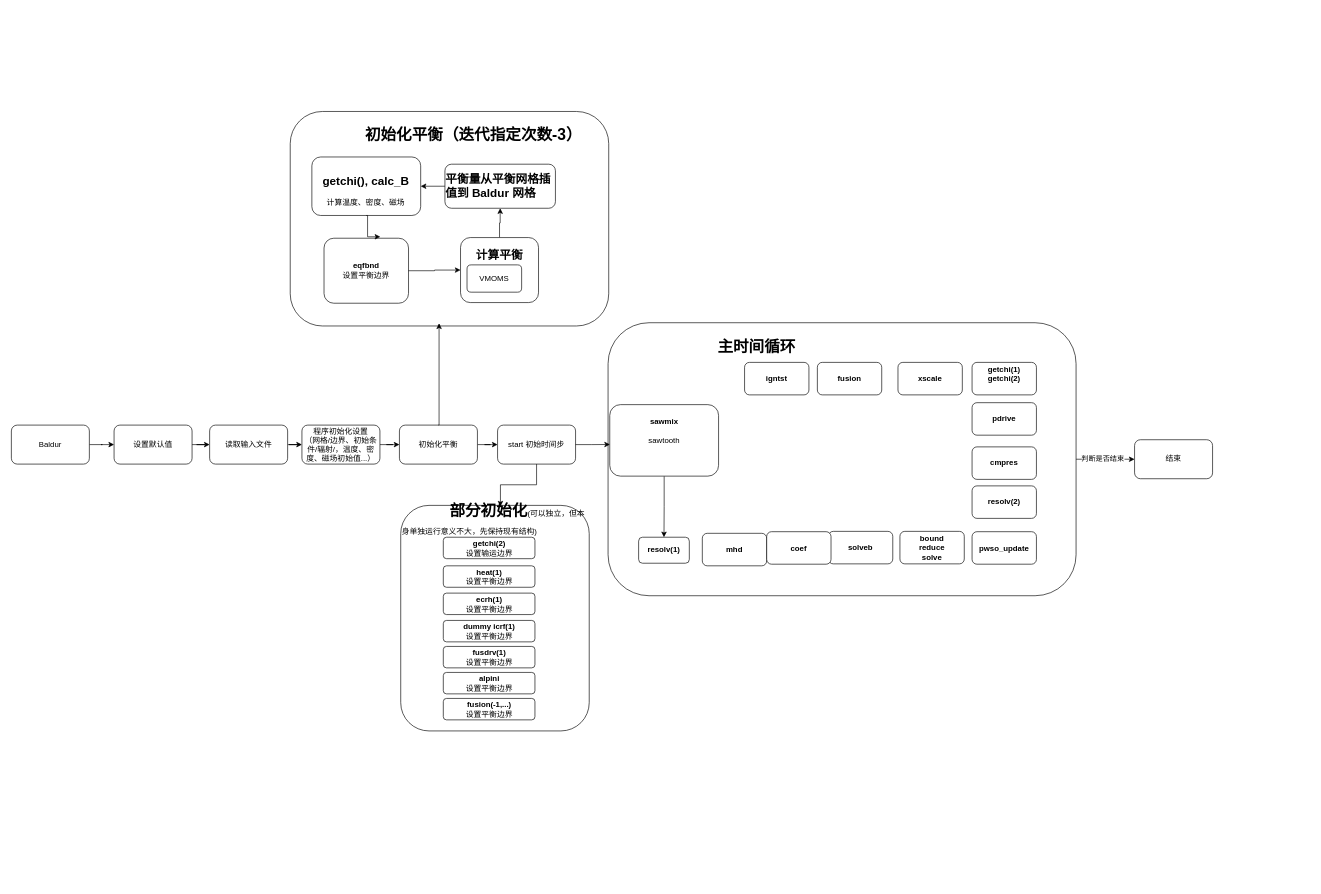
Before: page "050825" (7 of 7) of Baldur.drawio in jiaxing-liu/flowchart, a draw.io diagram. Source tidied: cells renumbered, new cells numbered last; positions are measured from the earlier drawing's top-left corner, leaving out a move shared by most shapes. Both pictures are drawn from the tidied source at 65%, with x=0, y=0 at pixel (11, 11).
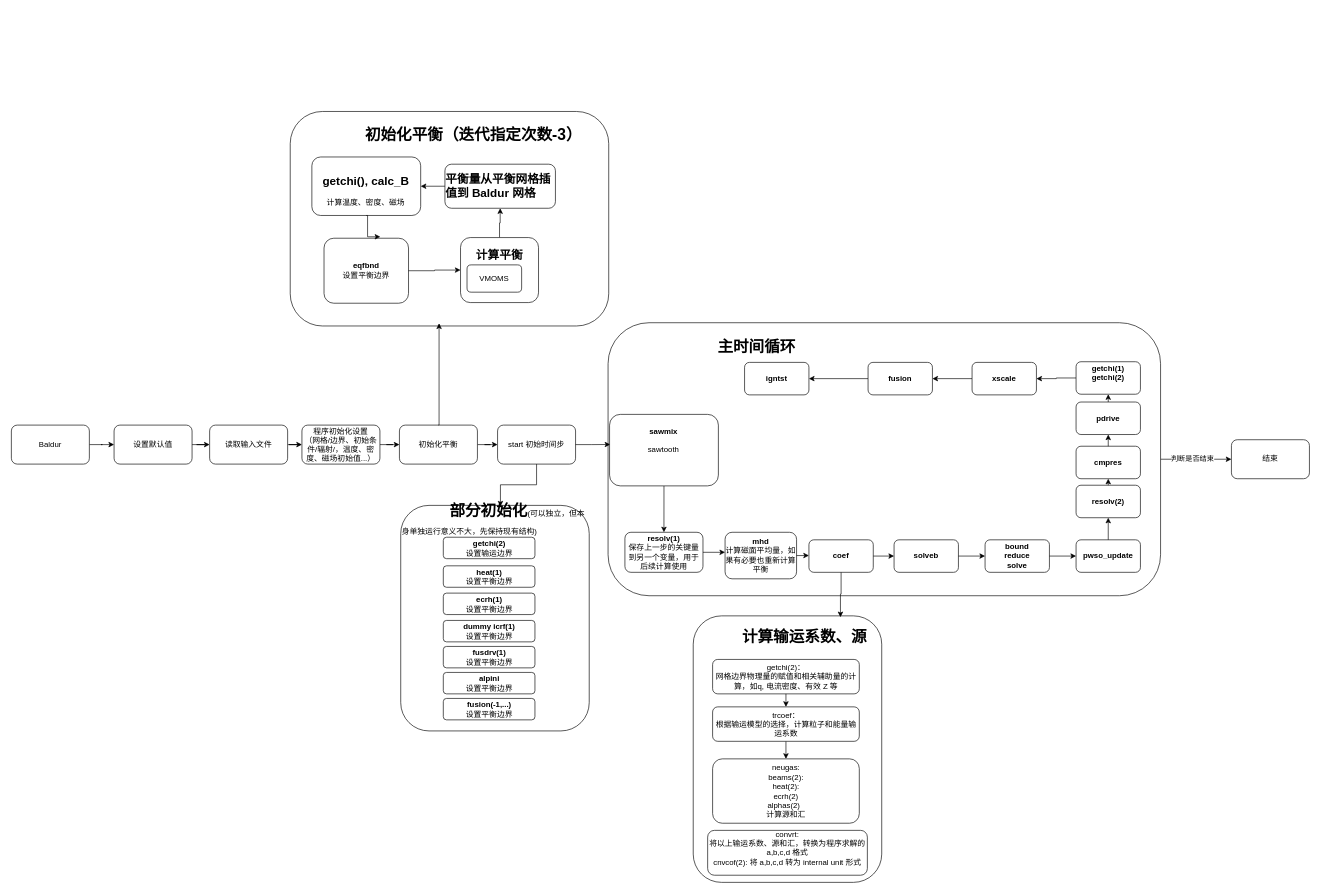
The same page after the edit.

Unchanged cells that the change refers to:
```xml
<mxCell id="74" value="&lt;div&gt;&lt;b&gt;coef&lt;/b&gt;&lt;/div&gt;" style="rounded=1;whiteSpace=wrap;html=1;" parent="73" vertex="1">
  <mxGeometry width="99" height="50" as="geometry" />
</mxCell>
<mxCell id="77" value="&lt;div&gt;&lt;b&gt;pwso_update&lt;/b&gt;&lt;/div&gt;" style="rounded=1;whiteSpace=wrap;html=1;" parent="76" vertex="1">
  <mxGeometry width="99" height="50" as="geometry" />
</mxCell>
<mxCell id="80" value="&lt;div&gt;&lt;b&gt;resolv(2)&lt;/b&gt;&lt;/div&gt;" style="rounded=1;whiteSpace=wrap;html=1;" parent="79" vertex="1">
  <mxGeometry width="99" height="50" as="geometry" />
</mxCell>
<mxCell id="83" value="&lt;div&gt;&lt;b&gt;cmpres&lt;/b&gt;&lt;/div&gt;" style="rounded=1;whiteSpace=wrap;html=1;" parent="82" vertex="1">
  <mxGeometry width="99" height="50" as="geometry" />
</mxCell>
<mxCell id="86" value="&lt;div&gt;&lt;b&gt;pdrive&lt;/b&gt;&lt;/div&gt;" style="rounded=1;whiteSpace=wrap;html=1;" parent="85" vertex="1">
  <mxGeometry y="2" width="99" height="50" as="geometry" />
</mxCell>
```

What changed in the source:
```diff
@@
     <mxCell id="4" value="&lt;h1&gt;&amp;nbsp; &amp;nbsp; &amp;nbsp; &amp;nbsp; &amp;nbsp; &amp;nbsp; &amp;nbsp; &amp;nbsp; &amp;nbsp; &amp;nbsp; &amp;nbsp; &amp;nbsp;&amp;nbsp; 主时间循环&lt;/h1&gt;&lt;div&gt;&lt;br&gt;&lt;/div&gt;&lt;div&gt;&lt;br&gt;&lt;/div&gt;&lt;div&gt;&lt;br&gt;&lt;/div&gt;&lt;div&gt;&lt;br&gt;&lt;/div&gt;&lt;div&gt;&lt;br&gt;&lt;/div&gt;&lt;div&gt;&lt;br&gt;&lt;/div&gt;&lt;div&gt;&lt;br&gt;&lt;/div&gt;&lt;div&gt;&lt;br&gt;&lt;/div&gt;&lt;div&gt;&lt;br&gt;&lt;/div&gt;&lt;div&gt;&lt;br&gt;&lt;/div&gt;&lt;div&gt;&lt;br&gt;&lt;/div&gt;&lt;div&gt;&lt;br&gt;&lt;/div&gt;&lt;div&gt;&lt;br&gt;&lt;/div&gt;&lt;div&gt;&lt;br&gt;&lt;/div&gt;&lt;div&gt;&lt;br&gt;&lt;/div&gt;&lt;div&gt;&lt;br&gt;&lt;/div&gt;&lt;div&gt;&lt;br&gt;&lt;/div&gt;&lt;div&gt;&lt;br&gt;&lt;/div&gt;&lt;div&gt;&lt;br&gt;&lt;/div&gt;&lt;div&gt;&lt;br&gt;&lt;/div&gt;&lt;div&gt;&lt;br&gt;&lt;/div&gt;&lt;div&gt;&lt;br&gt;&lt;/div&gt;&lt;div&gt;&lt;br&gt;&lt;/div&gt;&lt;div&gt;&lt;br&gt;&lt;/div&gt;" style="rounded=1;whiteSpace=wrap;html=1;align=left;" parent="1" vertex="1">
-      <mxGeometry x="918" y="479" width="720" height="420" as="geometry" />
+      <mxGeometry x="918" y="479" width="850" height="420" as="geometry" />
     </mxCell>
-    <mxCell id="5" style="group;" parent="1" vertex="1">
-      <mxGeometry x="938" y="527" width="525" height="450" as="geometry" />
-    </mxCell>
-    <mxCell id="6" style="group;" parent="5" vertex="1">
-      <mxGeometry x="1" y="236" width="130" height="100" as="geometry" />
-    </mxCell>
-    <mxCell id="7" style="group;" parent="6" vertex="1">
-      <mxGeometry width="130" height="100" as="geometry" />
-    </mxCell>
-    <mxCell id="8" value="&lt;div&gt;&lt;b&gt;resolv(1)&lt;/b&gt;&lt;/div&gt;" style="rounded=1;whiteSpace=wrap;html=1;" parent="7" vertex="1">
-      <mxGeometry x="26" y="46" width="78" height="40" as="geometry" />
-    </mxCell>
-    <mxCell id="9" style="edgeStyle=orthogonalEdgeStyle;rounded=0;jettySize=auto;html=1;exitX=0.5;exitY=1;exitDx=0;exitDy=0;entryX=0.5;entryY=0;entryDx=0;entryDy=0;" parent="5" edge="1" source="10" target="8">
-      <mxGeometry relative="1" as="geometry" />
-    </mxCell>
-    <mxCell id="10" value="&lt;b&gt;sawmix&lt;/b&gt;&lt;div&gt;&lt;br&gt;&lt;/div&gt;&lt;div&gt;sawtooth&lt;/div&gt;&lt;div&gt;&lt;br&gt;&lt;/div&gt;&lt;div&gt;&lt;br&gt;&lt;/div&gt;" style="rounded=1;whiteSpace=wrap;html=1;" parent="5" vertex="1">
-      <mxGeometry x="-17.4" y="78" width="167.4" height="110" as="geometry" />
-    </mxCell>
-    <mxCell id="11" style="group;" parent="5" vertex="1">
-      <mxGeometry x="429" y="273" width="99" height="50" as="geometry" />
-    </mxCell>
-    <mxCell id="12" style="group;" parent="11" vertex="1">
-      <mxGeometry width="99" height="50" as="geometry" />
-    </mxCell>
-    <mxCell id="13" value="&lt;div&gt;&lt;b&gt;bound&lt;/b&gt;&lt;/div&gt;&lt;div&gt;&lt;b&gt;reduce&lt;/b&gt;&lt;/div&gt;&lt;div&gt;&lt;b&gt;solve&lt;/b&gt;&lt;/div&gt;" style="rounded=1;whiteSpace=wrap;html=1;" parent="12" vertex="1">
-      <mxGeometry width="99" height="50" as="geometry" />
-    </mxCell>
-    <mxCell id="14" style="group;" parent="5" vertex="1">
-      <mxGeometry x="319" y="273" width="99" height="50" as="geometry" />
-    </mxCell>
-    <mxCell id="15" style="group;" parent="14" vertex="1">
-      <mxGeometry width="99" height="50" as="geometry" />
-    </mxCell>
-    <mxCell id="16" value="&lt;div&gt;&lt;b&gt;solveb&lt;/b&gt;&lt;/div&gt;" style="rounded=1;whiteSpace=wrap;html=1;" parent="15" vertex="1">
-      <mxGeometry width="99" height="50" as="geometry" />
-    </mxCell>
-    <mxCell id="17" value="&lt;div&gt;&lt;b&gt;xscale&lt;/b&gt;&lt;/div&gt;" style="rounded=1;whiteSpace=wrap;html=1;" parent="5" vertex="1">
-      <mxGeometry x="426" y="13" width="99" height="50" as="geometry" />
-    </mxCell>
-    <mxCell id="18" value="&lt;div&gt;&lt;b&gt;igntst&lt;/b&gt;&lt;/div&gt;" style="rounded=1;whiteSpace=wrap;html=1;" parent="5" vertex="1">
-      <mxGeometry x="190" y="13" width="99" height="50" as="geometry" />
-    </mxCell>
@@
     <mxCell id="45" value="&lt;div align=&quot;center&quot;&gt;结束&lt;/div&gt;" style="whiteSpace=wrap;html=1;align=center;rounded=1;" parent="1" vertex="1">
-      <mxGeometry x="1728" y="659" width="120" height="60" as="geometry" />
+      <mxGeometry x="1877" y="659" width="120" height="60" as="geometry" />
     </mxCell>
@@
     <mxCell id="69" style="group;" parent="1" vertex="1">
-      <mxGeometry x="1063" y="803" width="99" height="50" as="geometry" />
+      <mxGeometry x="1098" y="803" width="110" height="70" as="geometry" />
     </mxCell>
     <mxCell id="70" style="group;" parent="69" vertex="1">
-      <mxGeometry width="99" height="50" as="geometry" />
+      <mxGeometry width="110" height="70" as="geometry" />
     </mxCell>
-    <mxCell id="71" value="&lt;div&gt;&lt;b&gt;mhd&lt;/b&gt;&lt;/div&gt;" style="rounded=1;whiteSpace=wrap;html=1;" parent="70" vertex="1">
-      <mxGeometry width="99" height="50" as="geometry" />
+    <mxCell id="71" value="&lt;div&gt;&lt;b&gt;mhd&lt;/b&gt;&lt;/div&gt;&lt;div&gt;计算磁面平均量，如果有必要也重新计算平衡&lt;/div&gt;" style="rounded=1;whiteSpace=wrap;html=1;" parent="70" vertex="1">
+      <mxGeometry y="-1.6" width="110" height="71.6" as="geometry" />
     </mxCell>
     <mxCell id="72" style="group;" parent="1" vertex="1">
-      <mxGeometry x="1162" y="800.5" width="99" height="50" as="geometry" />
+      <mxGeometry x="1227" y="813" width="99" height="50" as="geometry" />
     </mxCell>
@@
     <mxCell id="75" style="group;" parent="1" vertex="1">
-      <mxGeometry x="1478" y="800.5" width="99" height="50" as="geometry" />
+      <mxGeometry x="1638" y="813" width="99" height="50" as="geometry" />
     </mxCell>
@@
     <mxCell id="78" style="group;" parent="1" vertex="1">
-      <mxGeometry x="1478" y="730" width="99" height="50" as="geometry" />
+      <mxGeometry x="1638" y="729" width="99" height="50" as="geometry" />
     </mxCell>
@@
     <mxCell id="81" style="group;" parent="1" vertex="1">
-      <mxGeometry x="1478" y="670" width="99" height="50" as="geometry" />
+      <mxGeometry x="1638" y="669" width="99" height="50" as="geometry" />
     </mxCell>
@@
     <mxCell id="84" style="group;" parent="1" vertex="1">
-      <mxGeometry x="1478" y="600" width="99" height="50" as="geometry" />
+      <mxGeometry x="1638" y="599" width="99" height="50" as="geometry" />
     </mxCell>
@@
+    <mxCell id="89" style="edgeStyle=orthogonalEdgeStyle;rounded=0;jettySize=auto;html=1;exitX=0;exitY=0.5;exitDx=0;exitDy=0;entryX=1;entryY=0.5;entryDx=0;entryDy=0;" parent="1" edge="1" source="87" target="17">
+      <mxGeometry relative="1" as="geometry" />
+    </mxCell>
     <mxCell id="87" value="&lt;div&gt;&lt;b&gt;getchi(1)&lt;/b&gt;&lt;/div&gt;&lt;div&gt;&lt;b&gt;getchi(2)&lt;/b&gt;&lt;/div&gt;&lt;div&gt;&lt;b&gt;&lt;br&gt;&lt;/b&gt;&lt;/div&gt;" style="rounded=1;whiteSpace=wrap;html=1;" parent="1" vertex="1">
-      <mxGeometry x="1478" y="540" width="99" height="50" as="geometry" />
+      <mxGeometry x="1638" y="539" width="99" height="50" as="geometry" />
     </mxCell>
+    <mxCell id="11" style="group;" parent="1" vertex="1">
+      <mxGeometry x="1498" y="813" width="99" height="50" as="geometry" />
+    </mxCell>
+    <mxCell id="12" style="group;" parent="11" vertex="1">
+      <mxGeometry width="99" height="50" as="geometry" />
+    </mxCell>
+    <mxCell id="13" value="&lt;div&gt;&lt;b&gt;bound&lt;/b&gt;&lt;/div&gt;&lt;div&gt;&lt;b&gt;reduce&lt;/b&gt;&lt;/div&gt;&lt;div&gt;&lt;b&gt;solve&lt;/b&gt;&lt;/div&gt;" style="rounded=1;whiteSpace=wrap;html=1;" parent="12" vertex="1">
+      <mxGeometry width="99" height="50" as="geometry" />
+    </mxCell>
+    <mxCell id="90" style="edgeStyle=orthogonalEdgeStyle;rounded=0;jettySize=auto;html=1;exitX=0;exitY=0.5;exitDx=0;exitDy=0;entryX=1;entryY=0.5;entryDx=0;entryDy=0;" parent="1" edge="1" source="17" target="88">
+      <mxGeometry relative="1" as="geometry" />
+    </mxCell>
+    <mxCell id="17" value="&lt;div&gt;&lt;b&gt;xscale&lt;/b&gt;&lt;/div&gt;" style="rounded=1;whiteSpace=wrap;html=1;" parent="1" vertex="1">
+      <mxGeometry x="1478" y="540" width="99" height="50" as="geometry" />
+    </mxCell>
+    <mxCell id="6" style="group;" parent="1" vertex="1">
+      <mxGeometry x="939" y="763" width="143" height="110" as="geometry" />
+    </mxCell>
+    <mxCell id="7" style="group;" parent="6" vertex="1">
+      <mxGeometry x="-13" y="-10" width="156" height="120" as="geometry" />
+    </mxCell>
+    <mxCell id="8" value="&lt;div&gt;&lt;b&gt;resolv(1)&lt;/b&gt;&lt;/div&gt;&lt;div&gt;保存上一步的关键量到另一个变量，用于后续计算使用&lt;/div&gt;" style="rounded=1;whiteSpace=wrap;html=1;" parent="7" vertex="1">
+      <mxGeometry x="17.9" y="48.4" width="120.1" height="61.6" as="geometry" />
+    </mxCell>
+    <mxCell id="9" style="edgeStyle=orthogonalEdgeStyle;rounded=0;jettySize=auto;html=1;exitX=0.5;exitY=1;exitDx=0;exitDy=0;entryX=0.5;entryY=0;entryDx=0;entryDy=0;" parent="1" edge="1" source="10" target="8">
+      <mxGeometry relative="1" as="geometry" />
+    </mxCell>
+    <mxCell id="10" value="&lt;b&gt;sawmix&lt;/b&gt;&lt;div&gt;&lt;br&gt;&lt;/div&gt;&lt;div&gt;sawtooth&lt;/div&gt;&lt;div&gt;&lt;br&gt;&lt;/div&gt;&lt;div&gt;&lt;br&gt;&lt;/div&gt;" style="rounded=1;whiteSpace=wrap;html=1;" parent="1" vertex="1">
+      <mxGeometry x="920.3" y="620" width="167.4" height="110" as="geometry" />
+    </mxCell>
+    <mxCell id="14" style="group;" parent="1" vertex="1">
+      <mxGeometry x="1358" y="813" width="99" height="50" as="geometry" />
+    </mxCell>
+    <mxCell id="15" style="group;" parent="14" vertex="1">
+      <mxGeometry width="99" height="50" as="geometry" />
+    </mxCell>
+    <mxCell id="16" value="&lt;div&gt;&lt;b&gt;solveb&lt;/b&gt;&lt;/div&gt;" style="rounded=1;whiteSpace=wrap;html=1;" parent="15" vertex="1">
+      <mxGeometry width="99" height="50" as="geometry" />
+    </mxCell>
+    <mxCell id="18" value="&lt;div&gt;&lt;b&gt;igntst&lt;/b&gt;&lt;/div&gt;" style="rounded=1;whiteSpace=wrap;html=1;" parent="1" vertex="1">
+      <mxGeometry x="1128" y="540" width="99" height="50" as="geometry" />
+    </mxCell>
+    <mxCell id="91" style="edgeStyle=orthogonalEdgeStyle;rounded=0;jettySize=auto;html=1;exitX=0;exitY=0.5;exitDx=0;exitDy=0;entryX=1;entryY=0.5;entryDx=0;entryDy=0;" parent="1" edge="1" source="88" target="18">
+      <mxGeometry relative="1" as="geometry" />
+    </mxCell>
     <mxCell id="88" value="&lt;div&gt;&lt;b&gt;fusion&lt;/b&gt;&lt;/div&gt;" style="rounded=1;whiteSpace=wrap;html=1;" parent="1" vertex="1">
-      <mxGeometry x="1240" y="540" width="99" height="50" as="geometry" />
+      <mxGeometry x="1318" y="540" width="99" height="50" as="geometry" />
     </mxCell>
+    <mxCell id="92" style="edgeStyle=orthogonalEdgeStyle;rounded=0;jettySize=auto;html=1;exitX=1;exitY=0.5;exitDx=0;exitDy=0;" parent="1" edge="1" source="8">
+      <mxGeometry relative="1" as="geometry">
+        <mxPoint x="1098" y="832" as="targetPoint" />
+      </mxGeometry>
+    </mxCell>
+    <mxCell id="93" style="edgeStyle=orthogonalEdgeStyle;rounded=0;jettySize=auto;html=1;exitX=1;exitY=0.5;exitDx=0;exitDy=0;entryX=0;entryY=0.5;entryDx=0;entryDy=0;" parent="1" edge="1" source="16" target="13">
+      <mxGeometry relative="1" as="geometry" />
+    </mxCell>
+    <mxCell id="94" style="edgeStyle=orthogonalEdgeStyle;rounded=0;jettySize=auto;html=1;exitX=1;exitY=0.5;exitDx=0;exitDy=0;entryX=0;entryY=0.5;entryDx=0;entryDy=0;" parent="1" edge="1" source="13" target="77">
+      <mxGeometry relative="1" as="geometry" />
+    </mxCell>
+    <mxCell id="95" style="edgeStyle=orthogonalEdgeStyle;rounded=0;jettySize=auto;html=1;exitX=0.5;exitY=0;exitDx=0;exitDy=0;entryX=0.5;entryY=1;entryDx=0;entryDy=0;" parent="1" edge="1" source="77" target="80">
+      <mxGeometry relative="1" as="geometry" />
+    </mxCell>
+    <mxCell id="96" style="edgeStyle=orthogonalEdgeStyle;rounded=0;jettySize=auto;html=1;exitX=0.5;exitY=0;exitDx=0;exitDy=0;entryX=0.5;entryY=1;entryDx=0;entryDy=0;" parent="1" edge="1" source="80" target="83">
+      <mxGeometry relative="1" as="geometry" />
+    </mxCell>
+    <mxCell id="97" style="edgeStyle=orthogonalEdgeStyle;rounded=0;jettySize=auto;html=1;exitX=0.5;exitY=0;exitDx=0;exitDy=0;entryX=0.5;entryY=1;entryDx=0;entryDy=0;" parent="1" edge="1" source="83" target="86">
+      <mxGeometry relative="1" as="geometry" />
+    </mxCell>
+    <mxCell id="98" style="edgeStyle=orthogonalEdgeStyle;rounded=0;jettySize=auto;html=1;exitX=0.5;exitY=0;exitDx=0;exitDy=0;entryX=0.5;entryY=1;entryDx=0;entryDy=0;" parent="1" edge="1" source="86" target="87">
+      <mxGeometry relative="1" as="geometry" />
+    </mxCell>
+    <mxCell id="99" style="edgeStyle=orthogonalEdgeStyle;rounded=0;jettySize=auto;html=1;exitX=1;exitY=0.5;exitDx=0;exitDy=0;entryX=0;entryY=0.5;entryDx=0;entryDy=0;" parent="1" edge="1" source="71" target="74">
+      <mxGeometry relative="1" as="geometry" />
+    </mxCell>
+    <mxCell id="100" style="edgeStyle=orthogonalEdgeStyle;rounded=0;jettySize=auto;html=1;exitX=1;exitY=0.5;exitDx=0;exitDy=0;entryX=0;entryY=0.5;entryDx=0;entryDy=0;" parent="1" edge="1" source="74" target="16">
+      <mxGeometry relative="1" as="geometry" />
+    </mxCell>
+    <mxCell id="101" style="group;" parent="1" vertex="1">
+      <mxGeometry x="1049" y="930" width="290" height="410" as="geometry" />
+    </mxCell>
+    <mxCell id="102" value="&lt;h1&gt;&amp;nbsp; &amp;nbsp; &amp;nbsp; &amp;nbsp; &amp;nbsp; &amp;nbsp;计算输运系数、源&lt;/h1&gt;&lt;div&gt;&lt;br&gt;&lt;/div&gt;&lt;div&gt;&lt;br&gt;&lt;/div&gt;&lt;div&gt;&lt;br&gt;&lt;/div&gt;&lt;div&gt;&lt;br&gt;&lt;/div&gt;&lt;br&gt;&lt;div&gt;&lt;br&gt;&lt;/div&gt;&lt;div&gt;&lt;br&gt;&lt;/div&gt;&lt;div&gt;&lt;br&gt;&lt;/div&gt;&lt;div&gt;&lt;br&gt;&lt;/div&gt;&lt;div&gt;&lt;br&gt;&lt;/div&gt;&lt;div&gt;&lt;br&gt;&lt;/div&gt;&lt;div&gt;&lt;br&gt;&lt;/div&gt;&lt;div&gt;&lt;br&gt;&lt;/div&gt;&lt;div&gt;&lt;br&gt;&lt;/div&gt;&lt;div&gt;&lt;br&gt;&lt;/div&gt;&lt;div&gt;&lt;br&gt;&lt;/div&gt;&lt;div&gt;&lt;br&gt;&lt;/div&gt;&lt;div&gt;&lt;br&gt;&lt;/div&gt;&lt;div&gt;&lt;br&gt;&lt;/div&gt;&lt;div&gt;&lt;br&gt;&lt;/div&gt;&lt;div&gt;&lt;br&gt;&lt;/div&gt;&lt;div&gt;&lt;br&gt;&lt;/div&gt;&lt;div&gt;&lt;br&gt;&lt;/div&gt;&lt;div&gt;&lt;br&gt;&lt;/div&gt;" style="rounded=1;whiteSpace=wrap;html=1;align=left;" parent="101" vertex="1">
+      <mxGeometry width="290" height="410" as="geometry" />
+    </mxCell>
+    <mxCell id="103" style="group;" parent="101" vertex="1">
+      <mxGeometry x="106.5" y="67" width="149" height="53" as="geometry" />
+    </mxCell>
+    <mxCell id="104" style="group;" parent="103" vertex="1">
+      <mxGeometry x="-34.4" width="183.4" height="53" as="geometry" />
+    </mxCell>
+    <mxCell id="105" value="&lt;div&gt;getchi(2)：&lt;/div&gt;&lt;div&gt;网格边界物理量的赋值和相关辅助量的计算，如q, 电流密度、有效 Z 等&lt;/div&gt;" style="rounded=1;whiteSpace=wrap;html=1;" parent="104" vertex="1">
+      <mxGeometry x="-42.3" width="225.7" height="53" as="geometry" />
+    </mxCell>
+    <mxCell id="106" style="edgeStyle=orthogonalEdgeStyle;rounded=0;jettySize=auto;html=1;exitX=0.5;exitY=1;exitDx=0;exitDy=0;entryX=0.5;entryY=0;entryDx=0;entryDy=0;" parent="101" edge="1" source="107" target="108">
+      <mxGeometry relative="1" as="geometry" />
+    </mxCell>
+    <mxCell id="107" value="&lt;div&gt;trcoef：&lt;/div&gt;&lt;div&gt;根据输运模型的选择，计算粒子和能量输运系数&lt;/div&gt;" style="rounded=1;whiteSpace=wrap;html=1;" parent="101" vertex="1">
+      <mxGeometry x="29.8" y="140" width="225.7" height="53" as="geometry" />
+    </mxCell>
+    <mxCell id="108" value="&lt;div&gt;neugas:&lt;/div&gt;&lt;div&gt;beams(2):&lt;/div&gt;&lt;div&gt;heat(2):&lt;/div&gt;&lt;div&gt;ecrh(2)&lt;br&gt;alphas(2)&amp;nbsp;&amp;nbsp;&lt;/div&gt;&lt;div&gt;计算源和汇&lt;/div&gt;" style="rounded=1;whiteSpace=wrap;html=1;" parent="101" vertex="1">
+      <mxGeometry x="29.8" y="220" width="225.7" height="99" as="geometry" />
+    </mxCell>
+    <mxCell id="109" style="edgeStyle=orthogonalEdgeStyle;rounded=0;jettySize=auto;html=1;exitX=0.5;exitY=1;exitDx=0;exitDy=0;entryX=0.5;entryY=0;entryDx=0;entryDy=0;" parent="101" edge="1" source="105" target="107">
+      <mxGeometry relative="1" as="geometry" />
+    </mxCell>
+    <mxCell id="110" value="&lt;div&gt;convrt:&lt;/div&gt;&lt;div&gt;将以上输运系数、源和汇，转换为程序求解的 a,b,c,d 格式&lt;/div&gt;&lt;div&gt;&lt;div&gt;cnvcof(2): 将 a,b,c,d 转为 internal unit 形式&lt;/div&gt;&lt;br&gt;&lt;/div&gt;" style="rounded=1;whiteSpace=wrap;html=1;" parent="101" vertex="1">
+      <mxGeometry x="22.2" y="330" width="245.7" height="69" as="geometry" />
+    </mxCell>
+    <mxCell id="111" style="edgeStyle=orthogonalEdgeStyle;rounded=0;jettySize=auto;html=1;exitX=0.5;exitY=1;exitDx=0;exitDy=0;entryX=0.781;entryY=0.005;entryDx=0;entryDy=0;entryPerimeter=0;" parent="1" edge="1" source="74" target="102">
+      <mxGeometry relative="1" as="geometry" />
+    </mxCell>
```
